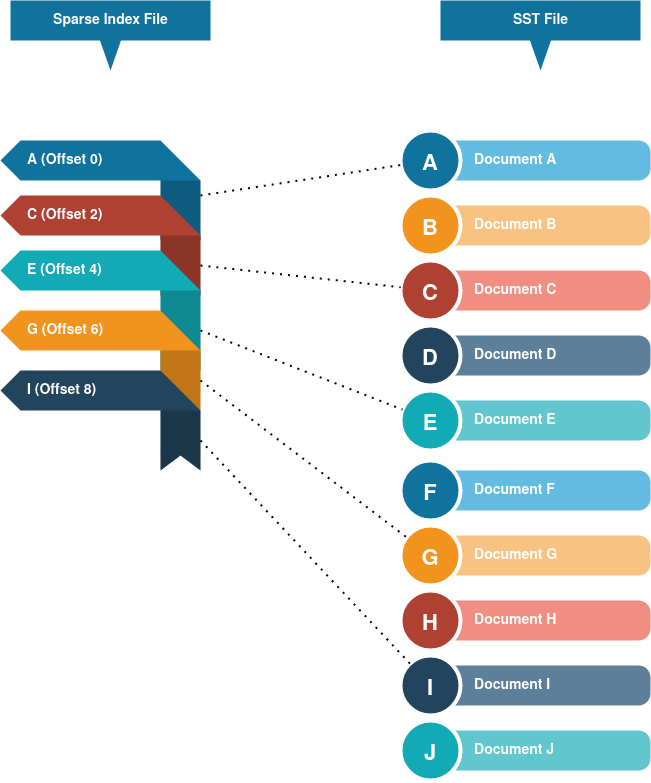
Above: docs/images/lsm-sst-index.png in justinethier/keyva (draw.io), before the change. Source tidied: cells renumbered, new cells last; positions are measured from the earlier drawing's top-left corner, leaving out a move shared by most shapes.
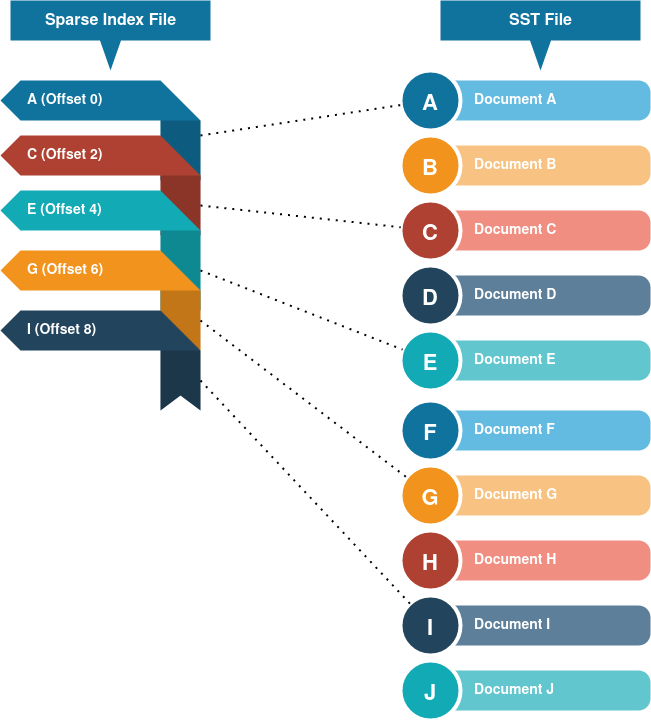
The same diagram one commit later.

The edit, as a diff of the source:
```diff
@@ -77,11 +77,11 @@
     <mxCell id="26" value="J" style="shape=ellipse;perimeter=ellipsePerimeter;fontSize=22;fontStyle=1;shadow=0;strokeColor=#ffffff;fillColor=#12AAB5;strokeWidth=4;fontColor=#ffffff;align=center;" parent="1" vertex="1">
       <mxGeometry x="400" y="720" width="60" height="60" as="geometry" />
     </mxCell>
-    <mxCell id="27" value="SST File" style="html=1;shape=mxgraph.infographic.barCallout;dx=100;dy=30;fillColor=#10739E;strokeColor=none;align=center;verticalAlign=top;fontColor=#ffffff;fontSize=14;fontStyle=1;shadow=0;spacingTop=5;" parent="1" vertex="1">
-      <mxGeometry x="440" width="200" height="70" as="geometry" />
+    <mxCell id="27" value="SST File" style="html=1;shape=mxgraph.infographic.barCallout;dx=100;dy=30;fillColor=#10739E;strokeColor=none;align=center;verticalAlign=top;fontColor=#ffffff;fontSize=16;fontStyle=1;shadow=0;spacingTop=5;" parent="1" vertex="1">
+      <mxGeometry x="440" y="60" width="200" height="70" as="geometry" />
     </mxCell>
-    <mxCell id="28" value="Sparse Index File" style="html=1;shape=mxgraph.infographic.barCallout;dx=100;dy=30;fillColor=#10739E;strokeColor=none;align=center;verticalAlign=top;fontColor=#ffffff;fontSize=14;fontStyle=1;shadow=0;spacingTop=5;" parent="1" vertex="1">
-      <mxGeometry x="10" width="200" height="70" as="geometry" />
+    <mxCell id="28" value="Sparse Index File" style="html=1;shape=mxgraph.infographic.barCallout;dx=100;dy=30;fillColor=#10739E;strokeColor=none;align=center;verticalAlign=top;fontColor=#ffffff;fontSize=16;fontStyle=1;shadow=0;spacingTop=5;" parent="1" vertex="1">
+      <mxGeometry x="10" y="60" width="200" height="70" as="geometry" />
     </mxCell>
     <mxCell id="29" style="endArrow=none;dashed=1;html=1;dashPattern=1 3;strokeWidth=2;rounded=0;exitX=0;exitY=0;exitDx=200;exitDy=70;exitPerimeter=0;" parent="1" edge="1" source="6" target="24">
       <mxGeometry relative="1" as="geometry" />
```
